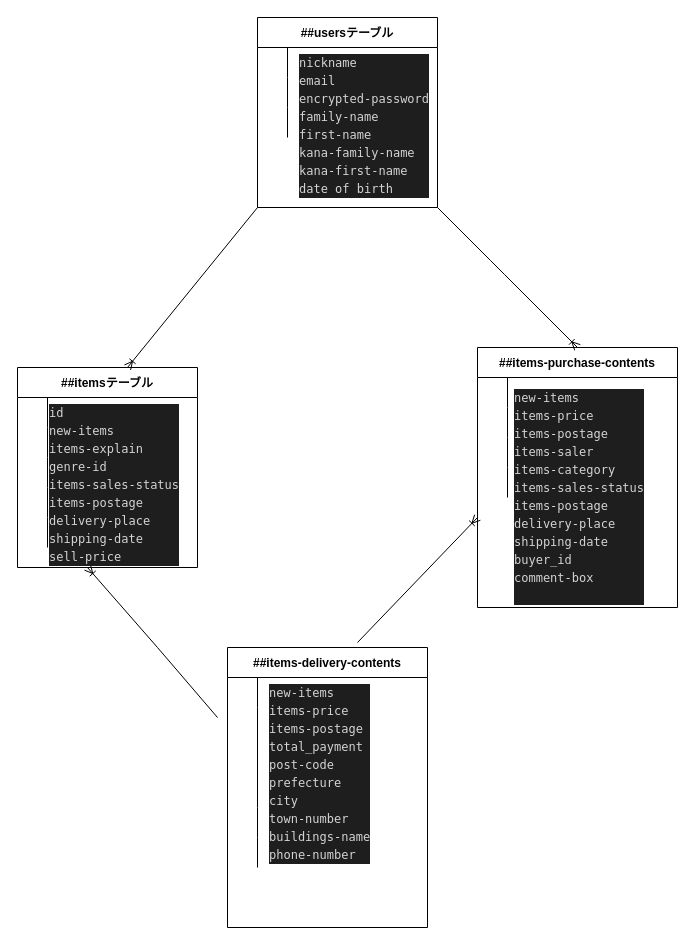
Before: test.dio in aimi-conforti/furima-36699, a draw.io diagram. Source tidied: cells renumbered, new cells numbered last; positions are measured from the earlier drawing's top-left corner, leaving out a move shared by most shapes. Both pictures are drawn from the tidied source at 100%, with x=0, y=0 at pixel (17, 17).
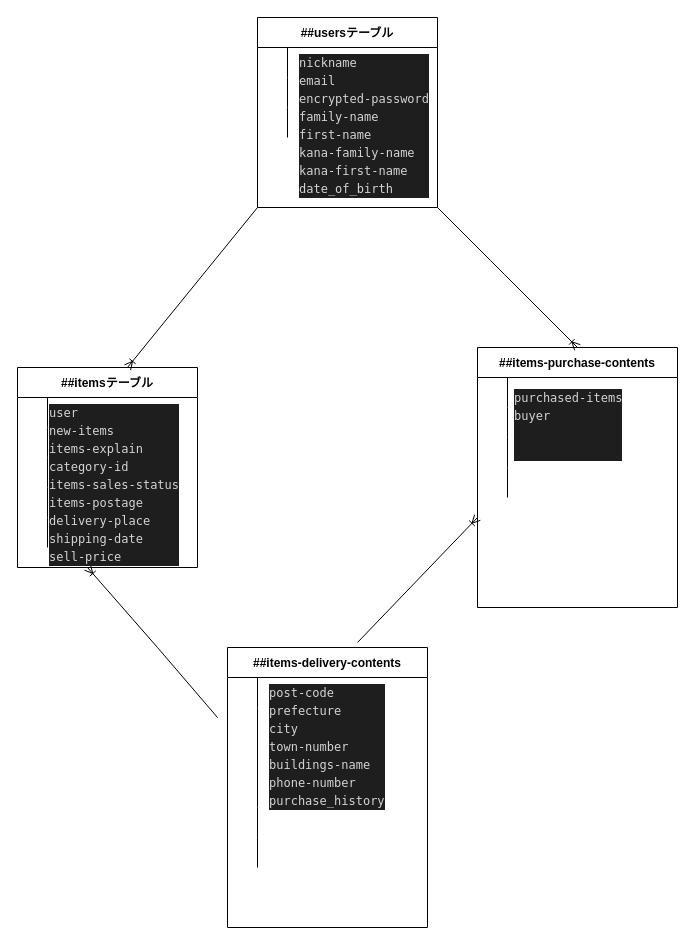
After the change.

The edit, as a diff of the source:
```diff
@@
-    <mxCell id="44" value="&lt;div style=&quot;color: rgb(212 , 212 , 212) ; background-color: rgb(30 , 30 , 30) ; font-family: &amp;#34;menlo&amp;#34; , &amp;#34;monaco&amp;#34; , &amp;#34;courier new&amp;#34; , monospace ; font-weight: normal ; font-size: 12px ; line-height: 18px&quot;&gt;&lt;div&gt;&lt;span style=&quot;color: #d4d4d4&quot;&gt;nickname&lt;/span&gt;&lt;/div&gt;&lt;div&gt;&lt;span style=&quot;color: #d4d4d4&quot;&gt;email&lt;/span&gt;&lt;/div&gt;&lt;div&gt;&lt;span style=&quot;color: #d4d4d4&quot;&gt;encrypted-password&lt;/span&gt;&lt;/div&gt;&lt;div&gt;&lt;span style=&quot;color: #d4d4d4&quot;&gt;family-name&lt;/span&gt;&lt;/div&gt;&lt;div&gt;&lt;span style=&quot;color: #d4d4d4&quot;&gt;first-name&amp;nbsp;&lt;/span&gt;&lt;/div&gt;&lt;div&gt;&lt;span style=&quot;color: #d4d4d4&quot;&gt;kana-family-name&lt;/span&gt;&lt;/div&gt;&lt;div&gt;&lt;span style=&quot;color: #d4d4d4&quot;&gt;kana-first-name&lt;/span&gt;&lt;/div&gt;&lt;div&gt;&lt;span style=&quot;color: #d4d4d4&quot;&gt;date of birth&lt;/span&gt;&lt;/div&gt;&lt;/div&gt;" style="text;whiteSpace=wrap;html=1;" parent="1" vertex="1">
+    <mxCell id="44" value="&lt;div style=&quot;color: rgb(212 , 212 , 212) ; background-color: rgb(30 , 30 , 30) ; font-family: &amp;#34;menlo&amp;#34; , &amp;#34;monaco&amp;#34; , &amp;#34;courier new&amp;#34; , monospace ; font-weight: normal ; font-size: 12px ; line-height: 18px&quot;&gt;&lt;div&gt;&lt;span style=&quot;color: #d4d4d4&quot;&gt;nickname&lt;/span&gt;&lt;/div&gt;&lt;div&gt;&lt;span style=&quot;color: #d4d4d4&quot;&gt;email&lt;/span&gt;&lt;/div&gt;&lt;div&gt;&lt;span style=&quot;color: #d4d4d4&quot;&gt;encrypted-password&lt;/span&gt;&lt;/div&gt;&lt;div&gt;&lt;span style=&quot;color: #d4d4d4&quot;&gt;family-name&lt;/span&gt;&lt;/div&gt;&lt;div&gt;&lt;span style=&quot;color: #d4d4d4&quot;&gt;first-name&amp;nbsp;&lt;/span&gt;&lt;/div&gt;&lt;div&gt;&lt;span style=&quot;color: #d4d4d4&quot;&gt;kana-family-name&lt;/span&gt;&lt;/div&gt;&lt;div&gt;&lt;span style=&quot;color: #d4d4d4&quot;&gt;kana-first-name&lt;/span&gt;&lt;/div&gt;&lt;div&gt;&lt;span style=&quot;color: #d4d4d4&quot;&gt;date_of_birth&lt;/span&gt;&lt;/div&gt;&lt;/div&gt;" style="text;whiteSpace=wrap;html=1;" parent="1" vertex="1">
       <mxGeometry x="280" y="30" width="140" height="140" as="geometry" />
     </mxCell>
-    <mxCell id="45" value="&lt;div style=&quot;color: rgb(212 , 212 , 212) ; background-color: rgb(30 , 30 , 30) ; font-family: &amp;#34;menlo&amp;#34; , &amp;#34;monaco&amp;#34; , &amp;#34;courier new&amp;#34; , monospace ; font-weight: normal ; font-size: 12px ; line-height: 18px&quot;&gt;&lt;div&gt;id&lt;/div&gt;&lt;div&gt;new-items&lt;br&gt;&lt;/div&gt;&lt;div&gt;&lt;span style=&quot;color: #d4d4d4&quot;&gt;items-explain&lt;/span&gt;&lt;/div&gt;&lt;div&gt;genre-id&lt;/div&gt;&lt;div&gt;&lt;span style=&quot;color: #d4d4d4&quot;&gt;items-sales-status&lt;/span&gt;&lt;/div&gt;&lt;div&gt;&lt;span style=&quot;color: #d4d4d4&quot;&gt;items-postage&lt;/span&gt;&lt;/div&gt;&lt;div&gt;delivery-place&lt;/div&gt;&lt;div&gt;shipping-date&lt;/div&gt;&lt;div&gt;sell-price&lt;/div&gt;&lt;/div&gt;" style="text;whiteSpace=wrap;html=1;" parent="1" vertex="1">
+    <mxCell id="45" value="&lt;div style=&quot;color: rgb(212 , 212 , 212) ; background-color: rgb(30 , 30 , 30) ; font-family: &amp;#34;menlo&amp;#34; , &amp;#34;monaco&amp;#34; , &amp;#34;courier new&amp;#34; , monospace ; font-weight: normal ; font-size: 12px ; line-height: 18px&quot;&gt;&lt;div&gt;user&lt;/div&gt;&lt;div&gt;new-items&lt;br&gt;&lt;/div&gt;&lt;div&gt;&lt;span style=&quot;color: #d4d4d4&quot;&gt;items-explain&lt;/span&gt;&lt;/div&gt;&lt;div&gt;category-id&lt;/div&gt;&lt;div&gt;&lt;span style=&quot;color: #d4d4d4&quot;&gt;items-sales-status&lt;/span&gt;&lt;/div&gt;&lt;div&gt;&lt;span style=&quot;color: #d4d4d4&quot;&gt;items-postage&lt;/span&gt;&lt;/div&gt;&lt;div&gt;delivery-place&lt;/div&gt;&lt;div&gt;shipping-date&lt;/div&gt;&lt;div&gt;sell-price&lt;/div&gt;&lt;/div&gt;" style="text;whiteSpace=wrap;html=1;" parent="1" vertex="1">
       <mxGeometry x="30" y="380" width="140" height="140" as="geometry" />
     </mxCell>
-    <mxCell id="46" value="&lt;div style=&quot;color: rgb(212 , 212 , 212) ; background-color: rgb(30 , 30 , 30) ; font-family: &amp;#34;menlo&amp;#34; , &amp;#34;monaco&amp;#34; , &amp;#34;courier new&amp;#34; , monospace ; font-weight: normal ; font-size: 12px ; line-height: 18px&quot;&gt;&lt;div&gt;&lt;span style=&quot;color: #d4d4d4&quot;&gt;new-items&lt;/span&gt;&lt;/div&gt;&lt;div&gt;&lt;span style=&quot;color: #d4d4d4&quot;&gt;items-price&lt;/span&gt;&lt;/div&gt;&lt;div&gt;&lt;span style=&quot;color: #d4d4d4&quot;&gt;items-postage&lt;/span&gt;&lt;/div&gt;&lt;div&gt;&lt;span style=&quot;color: #d4d4d4&quot;&gt;items-saler&lt;/span&gt;&lt;/div&gt;&lt;div&gt;&lt;span style=&quot;color: #d4d4d4&quot;&gt;items-category&lt;/span&gt;&lt;/div&gt;&lt;div&gt;&lt;span style=&quot;color: #d4d4d4&quot;&gt;items-sales-status&lt;/span&gt;&lt;/div&gt;&lt;div&gt;&lt;span style=&quot;color: #d4d4d4&quot;&gt;items-postage&lt;/span&gt;&lt;/div&gt;&lt;div&gt;&lt;span style=&quot;color: #d4d4d4&quot;&gt;delivery-place&lt;/span&gt;&lt;/div&gt;&lt;div&gt;&lt;span style=&quot;color: #d4d4d4&quot;&gt;shipping-date&lt;/span&gt;&lt;/div&gt;&lt;div&gt;&lt;span style=&quot;color: #d4d4d4&quot;&gt;buyer_id&lt;/span&gt;&lt;/div&gt;&lt;div&gt;&lt;span style=&quot;color: #d4d4d4&quot;&gt;comment-box&lt;/span&gt;&lt;/div&gt;&lt;div&gt;&lt;br&gt;&lt;/div&gt;&lt;/div&gt;" style="text;whiteSpace=wrap;html=1;" parent="1" vertex="1">
+    <mxCell id="46" value="&lt;div style=&quot;color: rgb(212 , 212 , 212) ; background-color: rgb(30 , 30 , 30) ; font-family: &amp;#34;menlo&amp;#34; , &amp;#34;monaco&amp;#34; , &amp;#34;courier new&amp;#34; , monospace ; font-weight: normal ; font-size: 12px ; line-height: 18px&quot;&gt;&lt;div&gt;&lt;span style=&quot;color: #d4d4d4&quot;&gt;purchased-items&lt;/span&gt;&lt;/div&gt;&lt;div&gt;buyer&lt;/div&gt;&lt;div&gt;&lt;br&gt;&lt;/div&gt;&lt;div&gt;&lt;br&gt;&lt;/div&gt;&lt;/div&gt;" style="text;whiteSpace=wrap;html=1;" parent="1" vertex="1">
       <mxGeometry x="495" y="365" width="135" height="210" as="geometry" />
     </mxCell>
@@
-    <mxCell id="60" value="&lt;div style=&quot;color: rgb(212 , 212 , 212) ; background-color: rgb(30 , 30 , 30) ; font-family: &amp;#34;menlo&amp;#34; , &amp;#34;monaco&amp;#34; , &amp;#34;courier new&amp;#34; , monospace ; font-weight: normal ; font-size: 12px ; line-height: 18px&quot;&gt;&lt;div&gt;&lt;span style=&quot;color: #d4d4d4&quot;&gt;new-items&lt;/span&gt;&lt;/div&gt;&lt;div&gt;&lt;span style=&quot;color: #d4d4d4&quot;&gt;items-price&lt;/span&gt;&lt;/div&gt;&lt;div&gt;&lt;span style=&quot;color: #d4d4d4&quot;&gt;items-postage&lt;/span&gt;&lt;/div&gt;&lt;div&gt;total_payment&lt;/div&gt;&lt;div&gt;&lt;span style=&quot;color: #d4d4d4&quot;&gt;post-code&lt;/span&gt;&lt;/div&gt;&lt;div&gt;&lt;span style=&quot;color: #d4d4d4&quot;&gt;prefecture&lt;/span&gt;&lt;/div&gt;&lt;div&gt;&lt;span style=&quot;color: #d4d4d4&quot;&gt;city&lt;/span&gt;&lt;/div&gt;&lt;div&gt;&lt;span style=&quot;color: #d4d4d4&quot;&gt;town-number&lt;/span&gt;&lt;/div&gt;&lt;div&gt;&lt;span style=&quot;color: #d4d4d4&quot;&gt;buildings-name&lt;/span&gt;&lt;/div&gt;&lt;div&gt;&lt;span style=&quot;color: #d4d4d4&quot;&gt;phone-number&lt;/span&gt;&lt;/div&gt;&lt;/div&gt;" style="text;whiteSpace=wrap;html=1;" parent="1" vertex="1">
+    <mxCell id="60" value="&lt;div style=&quot;color: rgb(212 , 212 , 212) ; background-color: rgb(30 , 30 , 30) ; font-family: &amp;#34;menlo&amp;#34; , &amp;#34;monaco&amp;#34; , &amp;#34;courier new&amp;#34; , monospace ; font-weight: normal ; font-size: 12px ; line-height: 18px&quot;&gt;&lt;div&gt;post-code&lt;br&gt;&lt;/div&gt;&lt;div&gt;&lt;span style=&quot;color: #d4d4d4&quot;&gt;prefecture&lt;/span&gt;&lt;/div&gt;&lt;div&gt;&lt;span style=&quot;color: #d4d4d4&quot;&gt;city&lt;/span&gt;&lt;/div&gt;&lt;div&gt;&lt;span style=&quot;color: #d4d4d4&quot;&gt;town-number&lt;/span&gt;&lt;/div&gt;&lt;div&gt;&lt;span style=&quot;color: #d4d4d4&quot;&gt;buildings-name&lt;/span&gt;&lt;/div&gt;&lt;div&gt;&lt;span style=&quot;color: #d4d4d4&quot;&gt;phone-number&lt;/span&gt;&lt;/div&gt;&lt;div&gt;&lt;span style=&quot;color: #d4d4d4&quot;&gt;purchase_history&lt;/span&gt;&lt;/div&gt;&lt;/div&gt;" style="text;whiteSpace=wrap;html=1;" parent="1" vertex="1">
       <mxGeometry x="250" y="660" width="120" height="250" as="geometry" />
     </mxCell>
```
